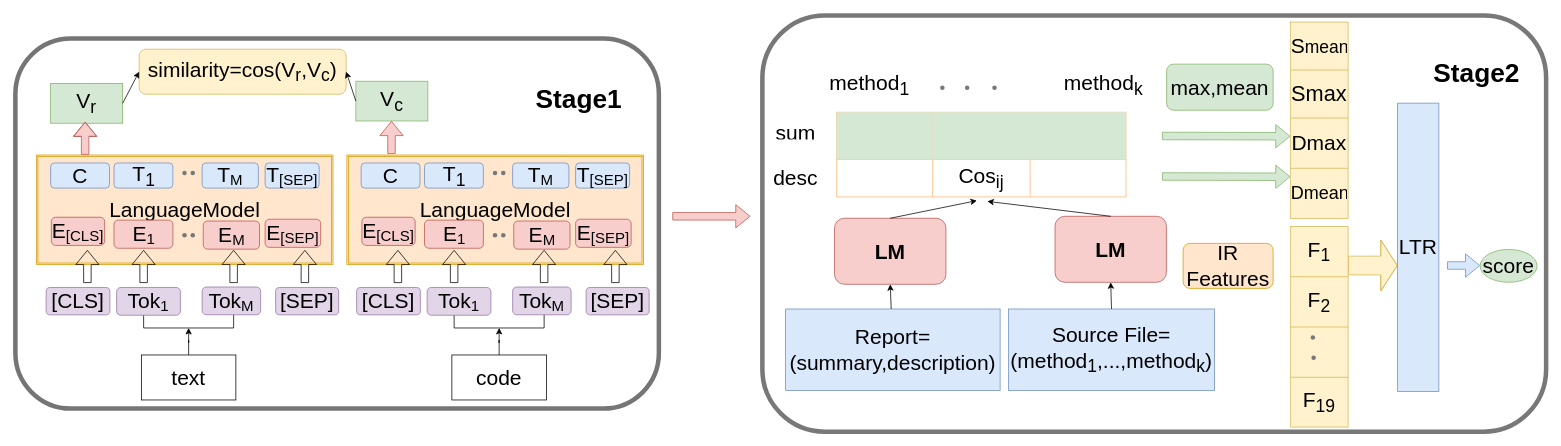
Above: Copy of V2_Untitled Diagram.drawio in hangdj/BERT-PLI-IJCAI2020 (draw.io), before the change. Source tidied: cells renumbered, new cells numbered last; positions are measured from the earlier drawing's top-left corner, leaving out a move shared by most shapes. Both pictures are drawn from the tidied source at 75%, with x=0, y=0 at pixel (15, 15).
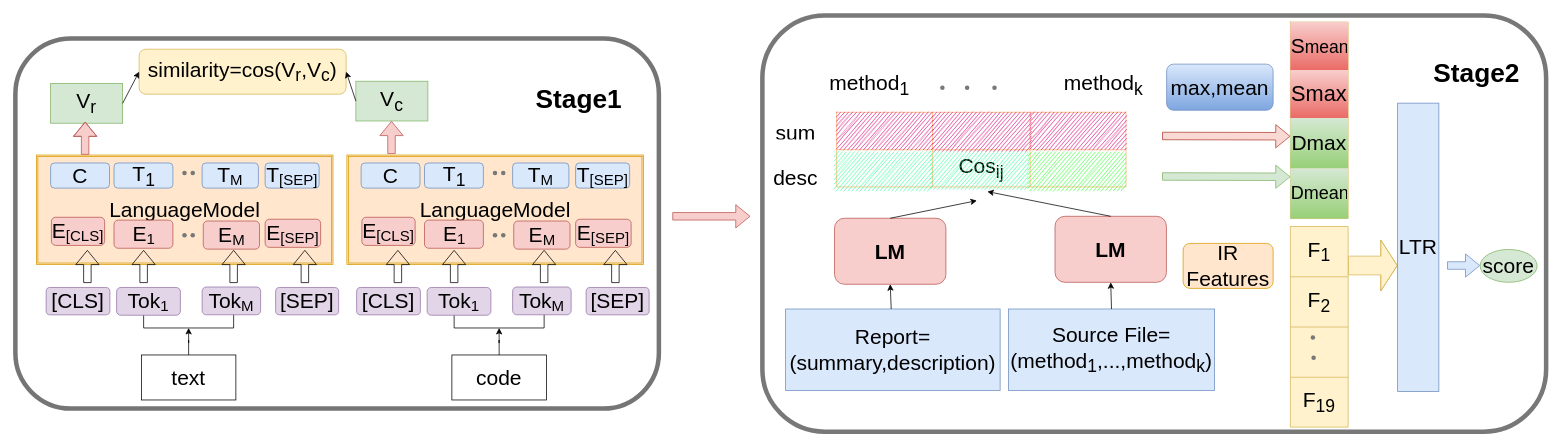
The same diagram, later.

Unchanged cells that the change refers to:
```xml
<mxCell id="45" style="shape=partialRectangle;html=1;whiteSpace=wrap;fillColor=none;top=0;left=0;bottom=0;right=0;" parent="44" vertex="1">
  <mxGeometry width="77" height="64" as="geometry" />
</mxCell>
<mxCell id="47" style="shape=partialRectangle;html=1;whiteSpace=wrap;fillColor=none;top=0;left=0;bottom=0;right=0;" parent="44" vertex="1">
  <mxGeometry y="64" width="77" height="64" as="geometry" />
</mxCell>
<mxCell id="49" style="shape=partialRectangle;html=1;whiteSpace=wrap;fillColor=none;top=0;left=0;bottom=0;right=0;" parent="44" vertex="1">
  <mxGeometry y="128" width="77" height="67" as="geometry" />
</mxCell>
<mxCell id="51" style="shape=partialRectangle;html=1;whiteSpace=wrap;fillColor=none;top=0;left=0;bottom=0;right=0;" parent="44" vertex="1">
  <mxGeometry y="195" width="77" height="67" as="geometry" />
</mxCell>
```

Diff of the diagram source:
```diff
@@
-    <mxCell id="41" value="&lt;font style=&quot;font-size: 28px&quot;&gt;max,mean&lt;/font&gt;" style="rounded=1;whiteSpace=wrap;html=1;strokeColor=#82b366;strokeWidth=1;fillColor=#d5e8d4;" parent="1" vertex="1">
+    <mxCell id="41" value="&lt;font style=&quot;font-size: 28px&quot;&gt;max,mean&lt;/font&gt;" style="rounded=1;whiteSpace=wrap;html=1;strokeWidth=1;fillColor=#dae8fc;gradientColor=#7ea6e0;strokeColor=#6c8ebf;" parent="1" vertex="1">
       <mxGeometry x="1535" y="65" width="142" height="61.5" as="geometry" />
     </mxCell>
-    <mxCell id="42" style="shape=flexArrow;endArrow=classic;html=1;fillColor=#d5e8d4;strokeColor=#82b366;" parent="1" edge="1">
+    <mxCell id="42" style="shape=flexArrow;endArrow=classic;html=1;fillColor=#fad9d5;strokeColor=#ae4132;" parent="1" edge="1">
       <mxGeometry relative="1" as="geometry">
         <mxPoint x="1529" y="160.8" as="sourcePoint" />
         <mxPoint x="1700" y="161.2" as="targetPoint" />
       </mxGeometry>
     </mxCell>
@@
-    <mxCell id="46" value="&lt;font&gt;&lt;font style=&quot;font-size: 28px&quot;&gt;S&lt;/font&gt;&lt;font style=&quot;font-size: 23.3333px&quot;&gt;mean&lt;/font&gt;&lt;/font&gt;" style="shape=partialRectangle;html=1;whiteSpace=wrap;fillColor=none;top=0;left=0;bottom=0;right=0;overflow=hidden;flipV=0;" parent="45" vertex="1">
+    <mxCell id="46" value="&lt;font&gt;&lt;font style=&quot;font-size: 28px&quot;&gt;S&lt;/font&gt;&lt;font style=&quot;font-size: 23.3333px&quot;&gt;mean&lt;/font&gt;&lt;/font&gt;" style="shape=partialRectangle;html=1;whiteSpace=wrap;fillColor=#f8cecc;top=0;left=0;bottom=0;right=0;overflow=hidden;flipV=0;gradientColor=#ea6b66;strokeColor=#b85450;" parent="45" vertex="1">
       <mxGeometry width="77" height="64" as="geometry" />
     </mxCell>
@@
-    <mxCell id="48" value="&lt;sub&gt;&lt;font style=&quot;font-size: 29px&quot;&gt;Smax&lt;/font&gt;&lt;/sub&gt;" style="shape=partialRectangle;html=1;whiteSpace=wrap;fillColor=none;top=0;left=0;bottom=0;right=0;overflow=hidden;flipV=0;" parent="47" vertex="1">
+    <mxCell id="48" value="&lt;sub&gt;&lt;font style=&quot;font-size: 29px&quot;&gt;Smax&lt;/font&gt;&lt;/sub&gt;" style="shape=partialRectangle;html=1;whiteSpace=wrap;fillColor=#f8cecc;top=0;left=0;bottom=0;right=0;overflow=hidden;flipV=0;gradientColor=#ea6b66;strokeColor=#b85450;" parent="47" vertex="1">
       <mxGeometry width="77" height="64" as="geometry" />
     </mxCell>
@@
-    <mxCell id="50" value="&lt;font&gt;&lt;font&gt;&lt;sub&gt;&lt;span style=&quot;font-size: 28px&quot;&gt;Dmax&lt;/span&gt;&lt;/sub&gt;&lt;/font&gt;&lt;/font&gt;" style="shape=partialRectangle;html=1;whiteSpace=wrap;fillColor=none;top=0;left=0;bottom=0;right=0;overflow=hidden;flipV=0;" parent="49" vertex="1">
+    <mxCell id="50" value="&lt;font&gt;&lt;font&gt;&lt;sub&gt;&lt;span style=&quot;font-size: 28px&quot;&gt;Dmax&lt;/span&gt;&lt;/sub&gt;&lt;/font&gt;&lt;/font&gt;" style="shape=partialRectangle;html=1;whiteSpace=wrap;fillColor=#d5e8d4;top=0;left=0;bottom=0;right=0;overflow=hidden;flipV=0;gradientColor=#97d077;strokeColor=#82b366;" parent="49" vertex="1">
       <mxGeometry width="77" height="67" as="geometry" />
     </mxCell>
@@
-    <mxCell id="52" value="&lt;font style=&quot;font-size: 24px&quot;&gt;Dmean&lt;/font&gt;" style="shape=partialRectangle;html=1;whiteSpace=wrap;fillColor=none;top=0;left=0;bottom=0;right=0;overflow=hidden;flipV=0;" parent="51" vertex="1">
+    <mxCell id="52" value="&lt;font style=&quot;font-size: 24px&quot;&gt;Dmean&lt;/font&gt;" style="shape=partialRectangle;html=1;whiteSpace=wrap;fillColor=#d5e8d4;top=0;left=0;bottom=0;right=0;overflow=hidden;flipV=0;gradientColor=#97d077;strokeColor=#82b366;" parent="51" vertex="1">
       <mxGeometry width="77" height="67" as="geometry" />
     </mxCell>
@@
     <mxCell id="72" style="shape=table;html=1;whiteSpace=wrap;startSize=0;childLayout=tableLayout;rounded=0;shadow=0;comic=0;strokeWidth=1;backgroundOutline=0;strokeColor=#FFB570;" parent="1" vertex="1">
-      <mxGeometry x="1095" y="129.2" width="385.8" height="112.8" as="geometry" />
+      <mxGeometry x="1095" y="129.2" width="385.8" height="99.5" as="geometry" />
     </mxCell>
-    <mxCell id="73" style="shape=partialRectangle;html=1;whiteSpace=wrap;fillColor=none;top=0;left=0;bottom=0;right=0;" parent="72" vertex="1">
-      <mxGeometry width="385.8" height="63" as="geometry" />
-    </mxCell>
-    <mxCell id="74" style="shape=partialRectangle;html=1;whiteSpace=wrap;fillColor=#d5e8d4;top=0;left=0;bottom=0;right=0;overflow=hidden;strokeColor=#82b366;" parent="73" vertex="1">
-      <mxGeometry width="128" height="63" as="geometry" />
-    </mxCell>
-    <mxCell id="75" style="shape=partialRectangle;html=1;whiteSpace=wrap;fillColor=#d5e8d4;top=0;left=0;bottom=0;right=0;overflow=hidden;strokeColor=#82b366;" parent="73" vertex="1">
-      <mxGeometry x="128" width="130" height="63" as="geometry" />
-    </mxCell>
-    <mxCell id="76" style="shape=partialRectangle;html=1;whiteSpace=wrap;fillColor=#d5e8d4;top=0;left=0;bottom=0;right=0;overflow=hidden;strokeColor=#82b366;" parent="73" vertex="1">
-      <mxGeometry x="258" width="128" height="63" as="geometry" />
-    </mxCell>
+    <mxCell id="114" style="shape=partialRectangle;html=1;whiteSpace=wrap;fillColor=none;top=0;left=0;bottom=0;right=0;" parent="72" vertex="1">
+      <mxGeometry width="385.8" height="50" as="geometry" />
+    </mxCell>
+    <mxCell id="115" style="shape=partialRectangle;html=1;whiteSpace=wrap;fillColor=#d80073;top=0;left=0;bottom=0;right=0;overflow=hidden;sketch=1;strokeColor=#A50040;fontColor=#ffffff;" parent="114" vertex="1">
+      <mxGeometry width="128" height="50" as="geometry" />
+    </mxCell>
+    <mxCell id="116" style="shape=partialRectangle;html=1;whiteSpace=wrap;fillColor=#d80073;top=0;left=0;bottom=0;right=0;overflow=hidden;sketch=1;strokeColor=#A50040;fontColor=#ffffff;" parent="114" vertex="1">
+      <mxGeometry x="128" width="130" height="50" as="geometry" />
+    </mxCell>
+    <mxCell id="117" style="shape=partialRectangle;html=1;whiteSpace=wrap;fillColor=#d80073;top=0;left=0;bottom=0;right=0;overflow=hidden;sketch=1;strokeColor=#A50040;strokeWidth=1;fontColor=#ffffff;" parent="114" vertex="1">
+      <mxGeometry x="258" width="128" height="50" as="geometry" />
+    </mxCell>
     <mxCell id="77" style="shape=partialRectangle;html=1;whiteSpace=wrap;fillColor=none;top=0;left=0;bottom=0;right=0;points=[[0,0.5],[1,0.5]];portConstraint=eastwest;" parent="72" vertex="1">
-      <mxGeometry y="63" width="385.8" height="50" as="geometry" />
+      <mxGeometry y="50" width="385.8" height="50" as="geometry" />
     </mxCell>
@@
+    <mxCell id="118" style="shape=partialRectangle;html=1;whiteSpace=wrap;fillColor=none;top=0;left=0;bottom=0;right=0;" parent="1" vertex="1">
+      <mxGeometry x="1092" y="182" width="385.8" height="50" as="geometry" />
+    </mxCell>
+    <mxCell id="119" style="shape=partialRectangle;html=1;whiteSpace=wrap;fillColor=#33FF99;top=0;left=0;bottom=0;right=0;overflow=hidden;sketch=1;strokeColor=#A50040;fontColor=#ffffff;" parent="118" vertex="1">
+      <mxGeometry width="128" height="50" as="geometry" />
+    </mxCell>
+    <mxCell id="120" style="shape=partialRectangle;html=1;whiteSpace=wrap;fillColor=#33FF99;top=0;left=0;bottom=0;right=0;overflow=hidden;sketch=1;strokeColor=#A50040;fontColor=#ffffff;" parent="118" vertex="1">
+      <mxGeometry x="128" width="130" height="50" as="geometry" />
+    </mxCell>
+    <mxCell id="121" style="shape=partialRectangle;html=1;whiteSpace=wrap;fillColor=#33FF33;top=0;left=0;bottom=0;right=0;overflow=hidden;sketch=1;strokeColor=#A50040;strokeWidth=1;fontColor=#ffffff;" parent="118" vertex="1">
+      <mxGeometry x="258" width="128" height="50" as="geometry" />
+    </mxCell>
```
